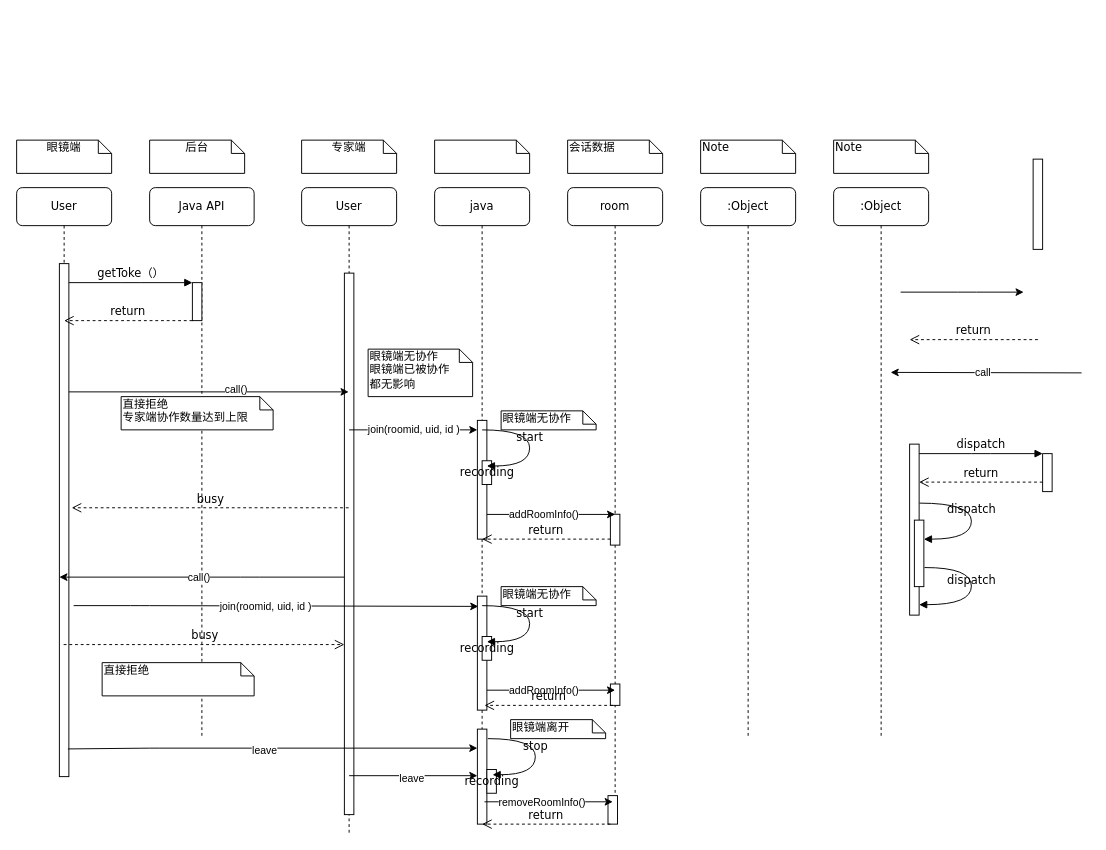
This is p2.drawio from WOM89757/diagrams, a draw.io file, before an edit. Source tidied: cells renumbered, new cells numbered last; positions are measured from the earlier drawing's top-left corner, leaving out a move shared by most shapes. Both pictures are drawn from the tidied source at 95%, with x=0, y=0 at pixel (16, 140).
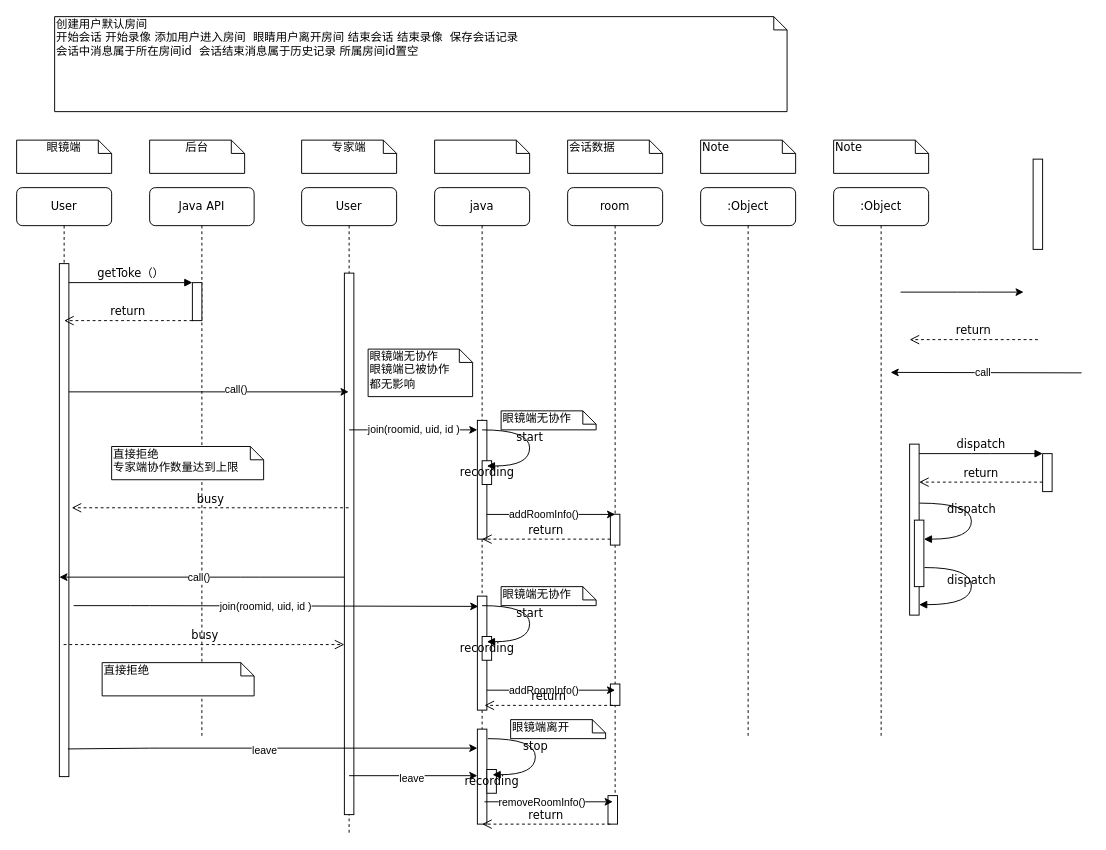
The same diagram, later.

Diff of the diagram source:
```diff
@@
     <mxCell id="42" value="直接拒绝&lt;br&gt;专家端协作数量达到上限" style="shape=note;whiteSpace=wrap;html=1;size=14;verticalAlign=top;align=left;spacingTop=-6;rounded=0;shadow=0;comic=0;labelBackgroundColor=none;strokeWidth=1;fontFamily=Verdana;fontSize=12;" parent="1" vertex="1">
-      <mxGeometry x="110" y="270" width="160" height="35" as="geometry" />
+      <mxGeometry x="100" y="322.5" width="160" height="35" as="geometry" />
     </mxCell>
@@
+    <mxCell id="70" value="创建用户默认房间&amp;nbsp;&lt;br&gt;开始会话 开始录像 添加用户进入房间&amp;nbsp; 眼睛用户离开房间 结束会话 结束录像&amp;nbsp; 保存会话记录&lt;br&gt;会话中消息属于所在房间id&amp;nbsp; 会话结束消息属于历史记录 所属房间id置空" style="shape=note;whiteSpace=wrap;html=1;size=14;verticalAlign=top;align=left;spacingTop=-6;rounded=0;shadow=0;comic=0;labelBackgroundColor=none;strokeWidth=1;fontFamily=Verdana;fontSize=12;" parent="1" vertex="1">
+      <mxGeometry x="40" y="-130" width="771" height="100" as="geometry" />
+    </mxCell>
```
